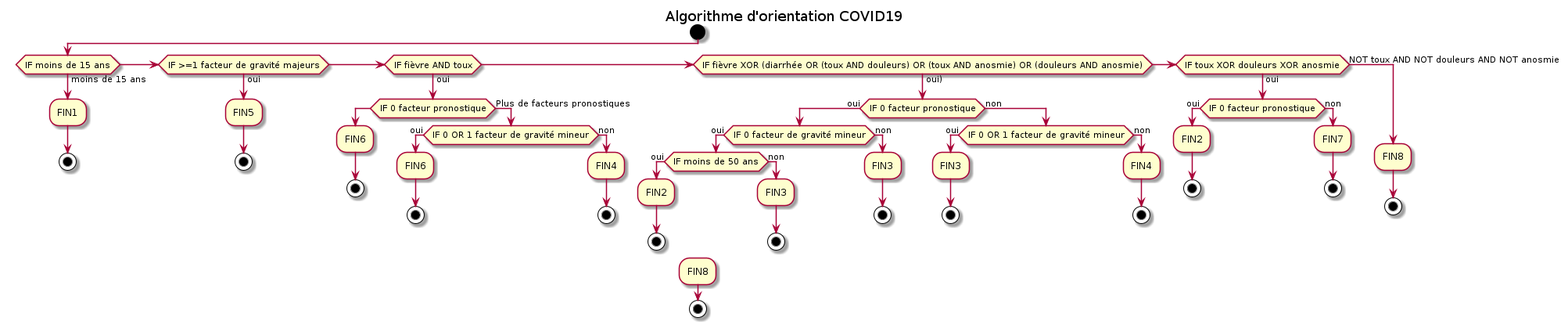
Earlier version of the PlantUML export diagramme-algorithme-orientation-covid19.png (Delegation-numerique-en-sante/covid19-algorithme-orientation).
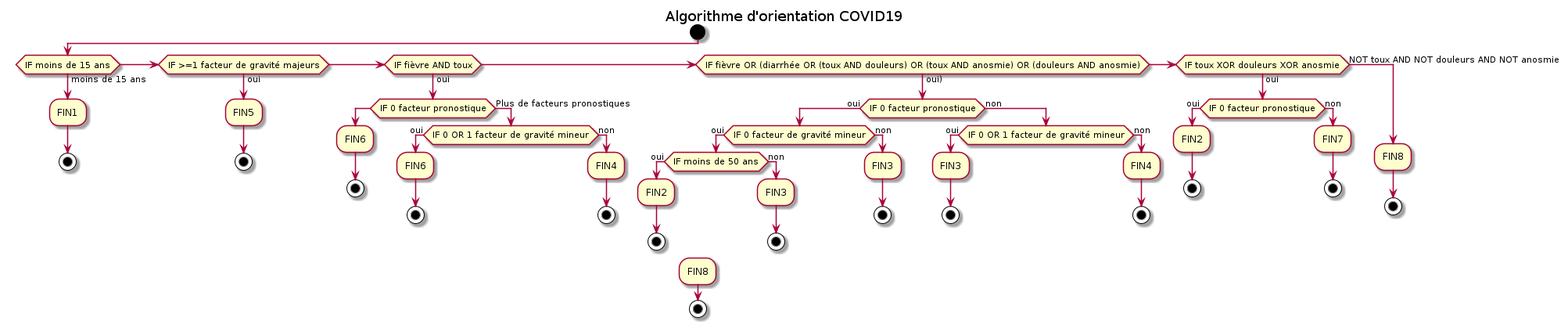
Later version of the same file.

What changed in the source:
```diff
@@ -25,7 +25,7 @@
           endif
        endif
 
-elseif (IF fièvre XOR (diarrhée OR (toux AND douleurs) OR (toux AND anosmie) OR (douleurs AND anosmie)) then (oui))
+elseif (IF fièvre OR (diarrhée OR (toux AND douleurs) OR (toux AND anosmie) OR (douleurs AND anosmie)) then (oui))
        if (IF 0 facteur pronostique) then (oui)
            if (IF 0 facteur de gravité mineur) then (oui)
               if (IF moins de 50 ans) then (oui)
```
